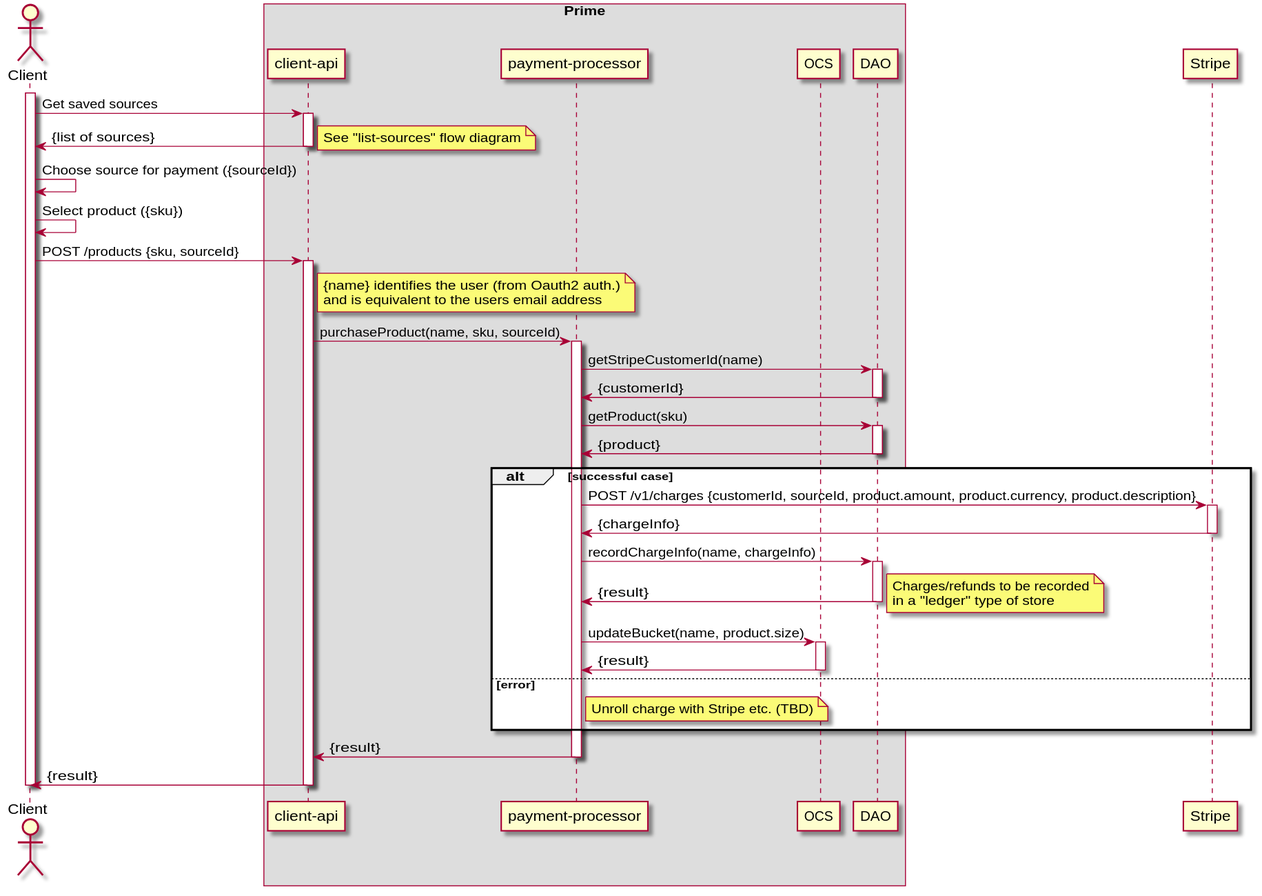
Earlier version of the PlantUML export payment-processor/doc/diagrams/purchase-with-saved-source.svg (ostelco/ostelco-core).
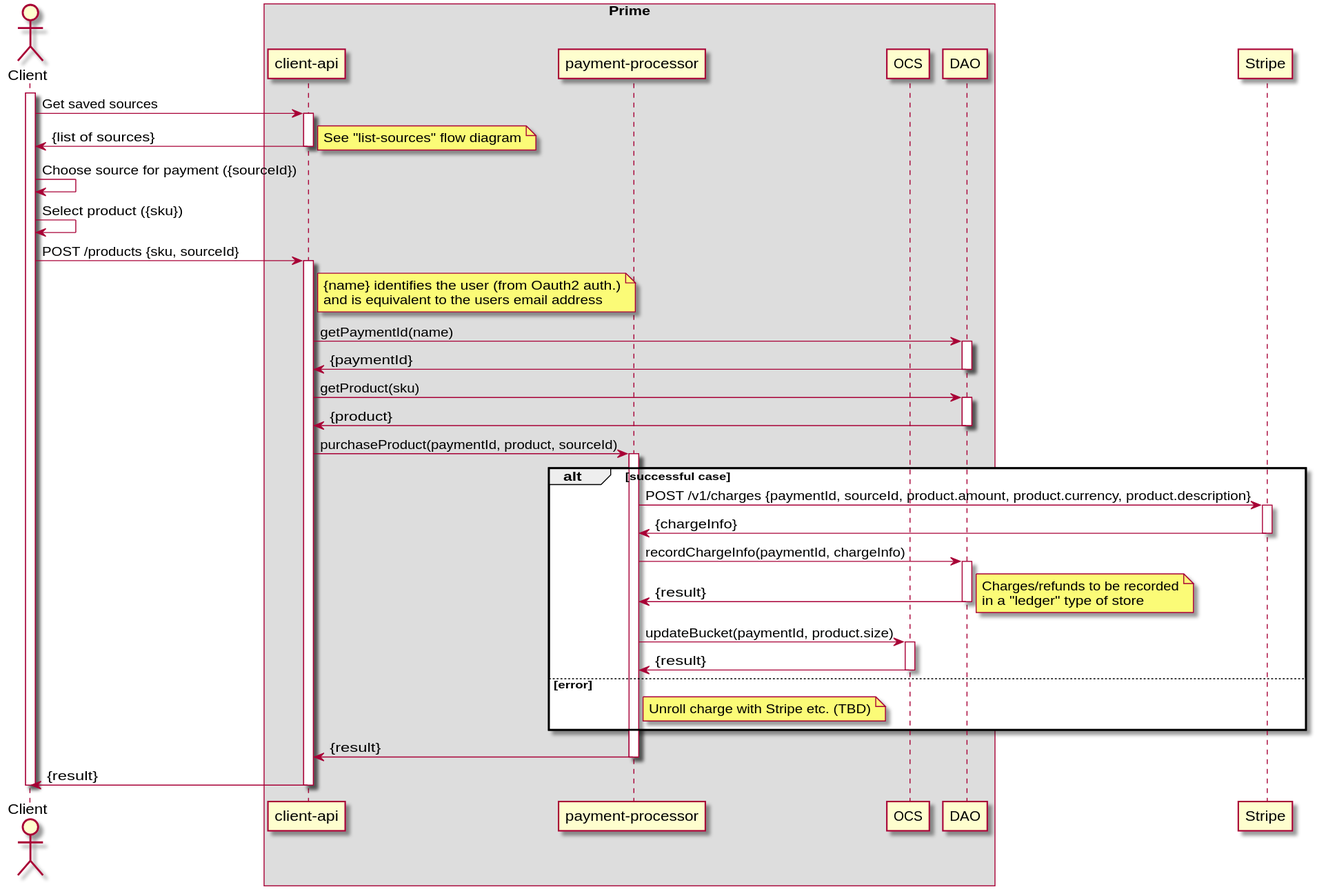
Later version of the same file.

What changed in the source:
```diff
@@ -29,26 +29,26 @@
        and is equivalent to the users email address
     end note
 
-    "client-api" -> "payment-processor" : purchaseProduct(name, sku, sourceId)
+    "client-api" -> DAO : getPaymentId(name)
+    activate DAO
+    DAO -> "client-api" : {paymentId}
+    deactivate DAO
+
+    "client-api" -> DAO : getProduct(sku)
+    activate DAO
+    DAO -> "client-api" : {product}
+    deactivate DAO
+
+    "client-api" -> "payment-processor" : purchaseProduct(paymentId, product, sourceId)
     activate "payment-processor"
 
-    "payment-processor" -> DAO : getStripeCustomerId(name)
-    activate DAO
-    DAO -> "payment-processor" : {customerId}
-    deactivate DAO
-
-    "payment-processor" -> DAO : getProduct(sku)
-    activate DAO
-    DAO -> "payment-processor" : {product}
-    deactivate DAO
-
     alt successful case
-        "payment-processor" -> Stripe : POST /v1/charges {customerId, sourceId, product.amount, product.currency, product.description}
+        "payment-processor" -> Stripe : POST /v1/charges {paymentId, sourceId, product.amount, product.currency, product.description}
         activate Stripe
         Stripe -> "payment-processor" : {chargeInfo}
         deactivate Stripe
 
-        "payment-processor" -> DAO: recordChargeInfo(name, chargeInfo)
+        "payment-processor" -> DAO: recordChargeInfo(paymentId, chargeInfo)
         activate DAO
         DAO -> "payment-processor" : {result}
         deactivate DAO
@@ -57,7 +57,7 @@
           in a "ledger" type of store
         end note
 
-        "payment-processor" -> OCS : updateBucket(name, product.size)
+        "payment-processor" -> OCS : updateBucket(paymentId, product.size)
         activate OCS
         OCS -> "payment-processor" : {result}
         deactivate OCS
```
